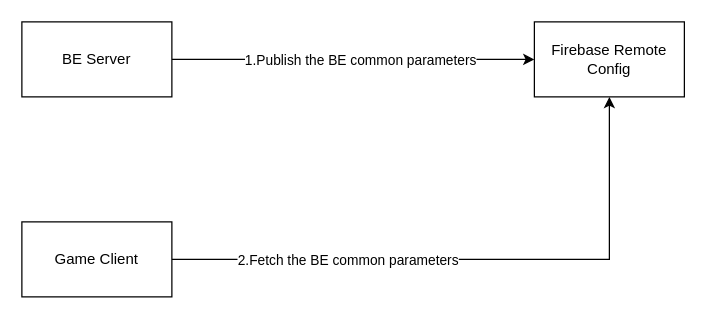
Before: CommonJSON_firebase_remote_config.drawio in yaohuiwu/SimpleFS, a draw.io diagram. Source tidied: cells renumbered, new cells numbered last; positions are measured from the earlier drawing's top-left corner, leaving out a move shared by most shapes. Both pictures are drawn from the tidied source at 125%, with x=0, y=0 at pixel (21, 21).
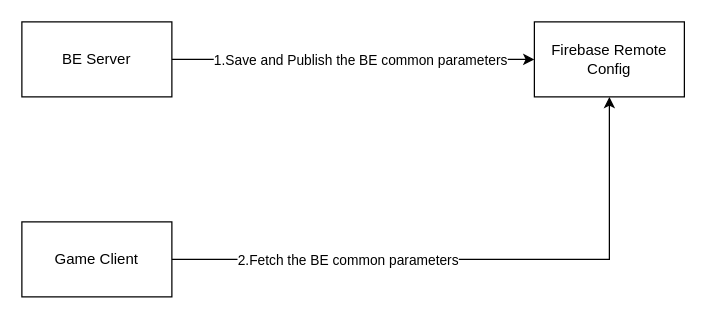
After the change.

The edit, as a diff of the source:
```diff
@@
 <mxGraphModel>
   <root>
     <mxCell id="0" />
     <mxCell id="1" parent="0" />
     <mxCell id="2" style="edgeStyle=orthogonalEdgeStyle;rounded=0;jettySize=auto;html=1;exitX=1;exitY=0.5;exitDx=0;exitDy=0;entryX=0;entryY=0.5;entryDx=0;entryDy=0;" parent="1" edge="1" source="4" target="5">
       <mxGeometry relative="1" as="geometry" />
     </mxCell>
-    <mxCell id="3" value="1.Publish the&amp;nbsp;&lt;span style=&quot;background-color: rgb(255, 255, 255); color: rgb(0, 0, 0); --darkreader-inline-bgcolor: #2d2b27; --darkreader-inline-color: #fffff2;&quot;&gt;BE common parameters&lt;/span&gt;" style="edgeLabel;html=1;align=center;verticalAlign=middle;" parent="2" vertex="1">
+    <mxCell id="3" value="1.Save and Publish the&amp;nbsp;&lt;span style=&quot;background-color: rgb(255, 255, 255); color: rgb(0, 0, 0); --darkreader-inline-bgcolor: #2d2b27; --darkreader-inline-color: #fffff2;&quot;&gt;BE common parameters&lt;/span&gt;" style="edgeLabel;html=1;align=center;verticalAlign=middle;" parent="2" vertex="1">
       <mxGeometry x="-0.04" y="1" relative="1" as="geometry">
         <mxPoint x="11" y="1" as="offset" />
       </mxGeometry>
     </mxCell>
     <mxCell id="4" value="BE Server" style="rounded=0;whiteSpace=wrap;html=1;" parent="1" vertex="1">
       <mxGeometry width="120" height="60" as="geometry" />
     </mxCell>
     <mxCell id="5" value="Firebase Remote Config" style="rounded=0;whiteSpace=wrap;html=1;" parent="1" vertex="1">
       <mxGeometry x="410" width="120" height="60" as="geometry" />
     </mxCell>
     <mxCell id="6" style="edgeStyle=orthogonalEdgeStyle;rounded=0;jettySize=auto;html=1;exitX=1;exitY=0.5;exitDx=0;exitDy=0;entryX=0.5;entryY=1;entryDx=0;entryDy=0;" parent="1" edge="1" source="8" target="5">
       <mxGeometry relative="1" as="geometry" />
     </mxCell>
     <mxCell id="7" value="2.Fetch the BE common parameters" style="edgeLabel;html=1;align=center;verticalAlign=middle;" parent="6" vertex="1">
       <mxGeometry x="-0.23" y="-1" relative="1" as="geometry">
         <mxPoint x="-45" y="-1" as="offset" />
       </mxGeometry>
     </mxCell>
     <mxCell id="8" value="Game Client" style="rounded=0;whiteSpace=wrap;html=1;" parent="1" vertex="1">
       <mxGeometry y="160" width="120" height="60" as="geometry" />
     </mxCell>
   </root>
 </mxGraphModel>
```
